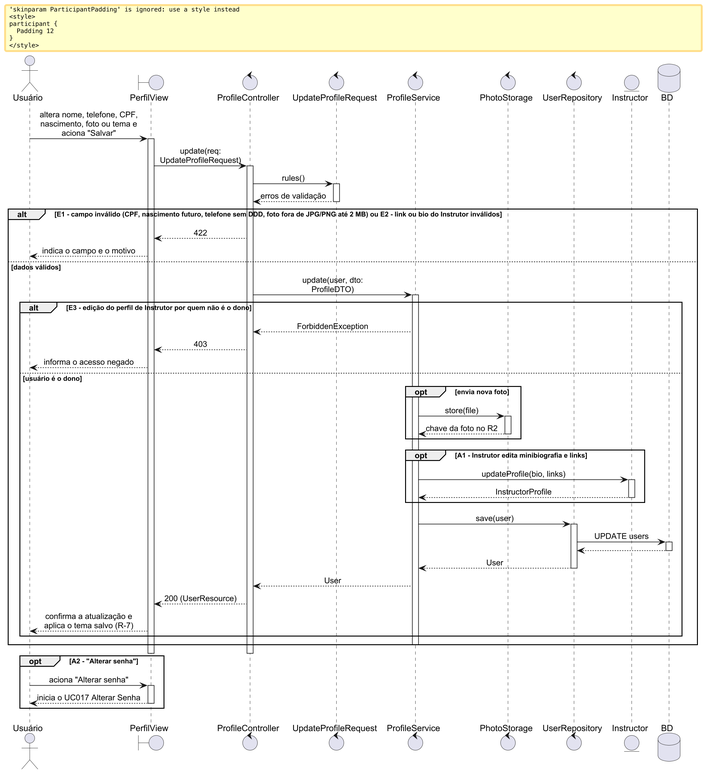
Before: especificacao/diagramas/14-sequencia-uc013.png, a diagram exported from PlantUML (Plataforma-de-Cursos-TCC/plataforma-cursos-docs). Its diagram source:
```plantuml
@startuml 14-sequencia-uc013
skinparam shadowing false
skinparam dpi 192
skinparam defaultFontName Arial
skinparam sequenceMessageAlign center
skinparam responseMessageBelowArrow true
skinparam wrapMessageWidth 170
skinparam ParticipantPadding 12
skinparam BoxPadding 8

actor "Usuário" as USU
boundary PerfilView as V
control ProfileController as C
control UpdateProfileRequest as Q
control ProfileService as S
control PhotoStorage as P
control UserRepository as R
entity Instructor as I
database BD

USU -> V ++ : altera nome, telefone, CPF, nascimento, foto ou tema e aciona "Salvar"
V -> C ++ : update(req: UpdateProfileRequest)
C -> Q ++ : rules()
Q --> C -- : erros de validação
alt E1 - campo inválido (CPF, nascimento futuro, telefone sem DDD, foto fora de JPG/PNG até 2 MB) ou E2 - link ou bio do Instrutor inválidos
  C --> V : 422
  V --> USU : indica o campo e o motivo
else dados válidos
  C -> S ++ : update(user, dto: ProfileDTO)
  alt E3 - edição do perfil de Instrutor por quem não é o dono
    S --> C : ForbiddenException
    C --> V : 403
    V --> USU : informa o acesso negado
  else usuário é o dono
    opt envia nova foto
      S -> P ++ : store(file)
      P --> S -- : chave da foto no R2
    end
    opt A1 - Instrutor edita minibiografia e links
      S -> I ++ : updateProfile(bio, links)
      I --> S -- : InstructorProfile
    end
    S -> R ++ : save(user)
    R -> BD ++ : UPDATE users
    BD --> R --
    R --> S -- : User
    S --> C : User
    C --> V : 200 (UserResource)
    V --> USU : confirma a atualização e aplica o tema salvo (R-7)
  end
  deactivate S
end
deactivate C
deactivate V
opt A2 - "Alterar senha"
  USU -> V ++ : aciona "Alterar senha"
  V --> USU -- : inicia o UC017 Alterar Senha
end
@enduml
```
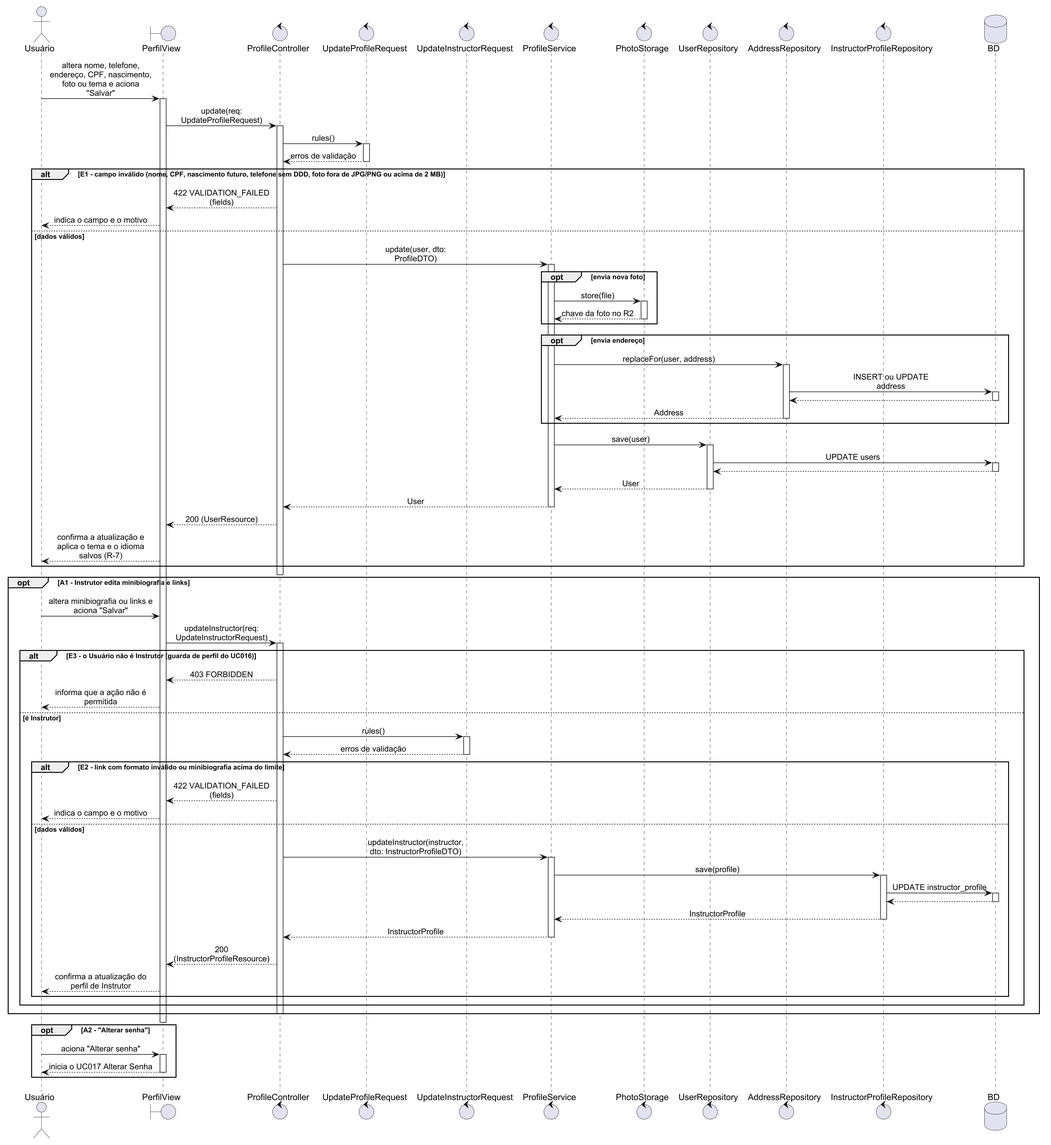
After the change.

Change to the diagram source:
```diff
@@ -5,53 +5,76 @@
 skinparam sequenceMessageAlign center
 skinparam responseMessageBelowArrow true
 skinparam wrapMessageWidth 170
-skinparam ParticipantPadding 12
 skinparam BoxPadding 8
 
 actor "Usuário" as USU
 boundary PerfilView as V
 control ProfileController as C
 control UpdateProfileRequest as Q
+control UpdateInstructorRequest as QI
 control ProfileService as S
 control PhotoStorage as P
 control UserRepository as R
-entity Instructor as I
+control AddressRepository as AR
+control InstructorProfileRepository as IR
 database BD
 
-USU -> V ++ : altera nome, telefone, CPF, nascimento, foto ou tema e aciona "Salvar"
+USU -> V ++ : altera nome, telefone, endereço, CPF, nascimento, foto ou tema e aciona "Salvar"
 V -> C ++ : update(req: UpdateProfileRequest)
 C -> Q ++ : rules()
 Q --> C -- : erros de validação
-alt E1 - campo inválido (CPF, nascimento futuro, telefone sem DDD, foto fora de JPG/PNG até 2 MB) ou E2 - link ou bio do Instrutor inválidos
-  C --> V : 422
+alt E1 - campo inválido (nome, CPF, nascimento futuro, telefone sem DDD, foto fora de JPG/PNG ou acima de 2 MB)
+  C --> V : 422 VALIDATION_FAILED (fields)
   V --> USU : indica o campo e o motivo
 else dados válidos
   C -> S ++ : update(user, dto: ProfileDTO)
-  alt E3 - edição do perfil de Instrutor por quem não é o dono
-    S --> C : ForbiddenException
-    C --> V : 403
-    V --> USU : informa o acesso negado
-  else usuário é o dono
-    opt envia nova foto
-      S -> P ++ : store(file)
-      P --> S -- : chave da foto no R2
-    end
-    opt A1 - Instrutor edita minibiografia e links
-      S -> I ++ : updateProfile(bio, links)
-      I --> S -- : InstructorProfile
-    end
-    S -> R ++ : save(user)
-    R -> BD ++ : UPDATE users
-    BD --> R --
-    R --> S -- : User
-    S --> C : User
-    C --> V : 200 (UserResource)
-    V --> USU : confirma a atualização e aplica o tema salvo (R-7)
+  opt envia nova foto
+    S -> P ++ : store(file)
+    P --> S -- : chave da foto no R2
   end
-  deactivate S
+  opt envia endereço
+    S -> AR ++ : replaceFor(user, address)
+    AR -> BD ++ : INSERT ou UPDATE address
+    BD --> AR --
+    AR --> S -- : Address
+  end
+  S -> R ++ : save(user)
+  R -> BD ++ : UPDATE users
+  BD --> R --
+  R --> S -- : User
+  S --> C -- : User
+  C --> V : 200 (UserResource)
+  V --> USU : confirma a atualização e aplica o tema e o idioma salvos (R-7)
 end
 deactivate C
+
+opt A1 - Instrutor edita minibiografia e links
+  USU -> V : altera minibiografia ou links e aciona "Salvar"
+  V -> C ++ : updateInstructor(req: UpdateInstructorRequest)
+  alt E3 - o Usuário não é Instrutor (guarda de perfil do UC016)
+    C --> V : 403 FORBIDDEN
+    V --> USU : informa que a ação não é permitida
+  else é Instrutor
+    C -> QI ++ : rules()
+    QI --> C -- : erros de validação
+    alt E2 - link com formato inválido ou minibiografia acima do limite
+      C --> V : 422 VALIDATION_FAILED (fields)
+      V --> USU : indica o campo e o motivo
+    else dados válidos
+      C -> S ++ : updateInstructor(instructor, dto: InstructorProfileDTO)
+      S -> IR ++ : save(profile)
+      IR -> BD ++ : UPDATE instructor_profile
+      BD --> IR --
+      IR --> S -- : InstructorProfile
+      S --> C -- : InstructorProfile
+      C --> V : 200 (InstructorProfileResource)
+      V --> USU : confirma a atualização do perfil de Instrutor
+    end
+  end
+  deactivate C
+end
 deactivate V
+
 opt A2 - "Alterar senha"
   USU -> V ++ : aciona "Alterar senha"
   V --> USU -- : inicia o UC017 Alterar Senha
```
